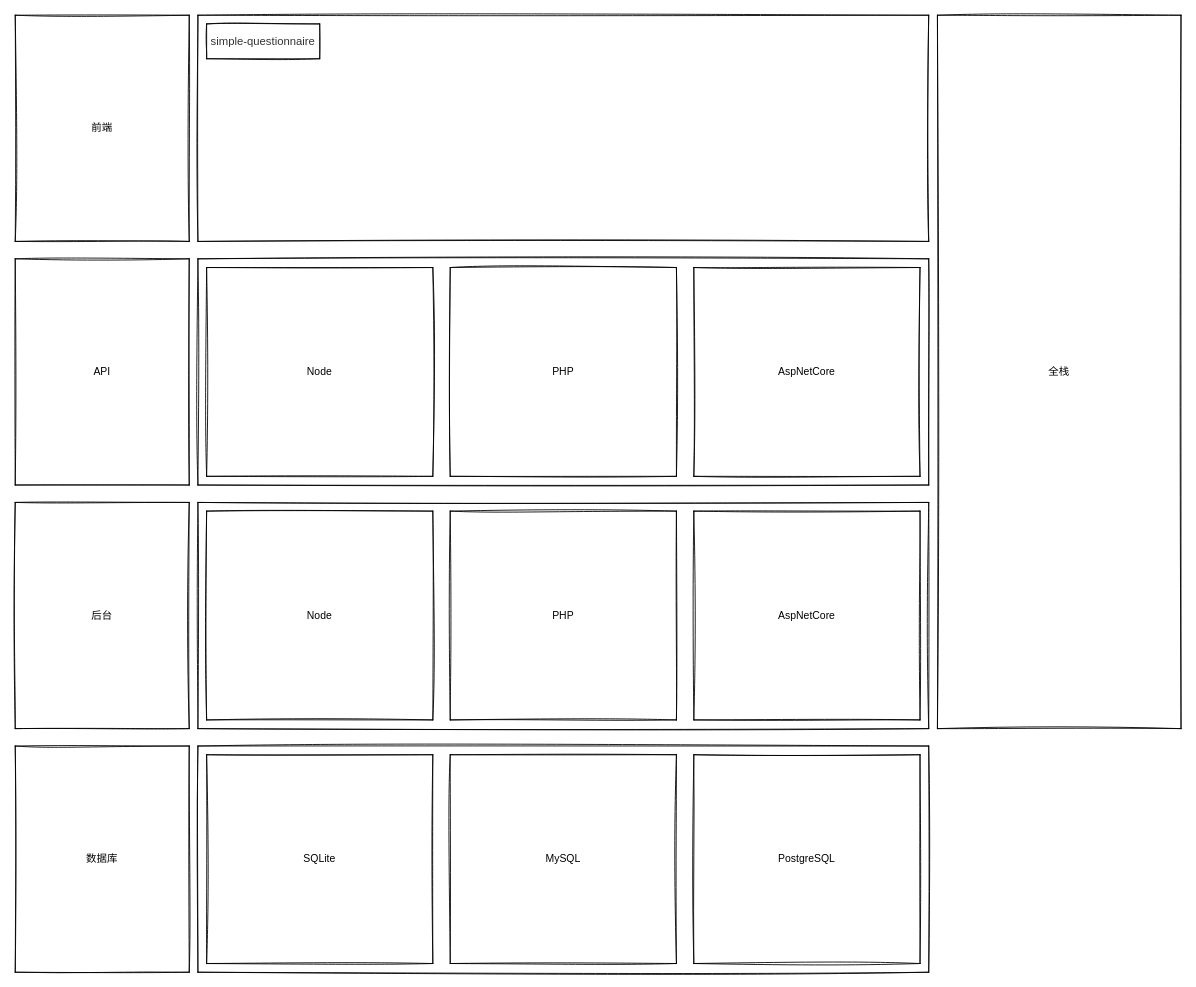
This is org.drawio from langnang/langnang, a draw.io file, before an edit. Source tidied: cells renumbered, new cells numbered last; positions are measured from the earlier drawing's top-left corner, leaving out a move shared by most shapes. Both pictures are drawn from the tidied source at 87%, with x=0, y=0 at pixel (15, 15).
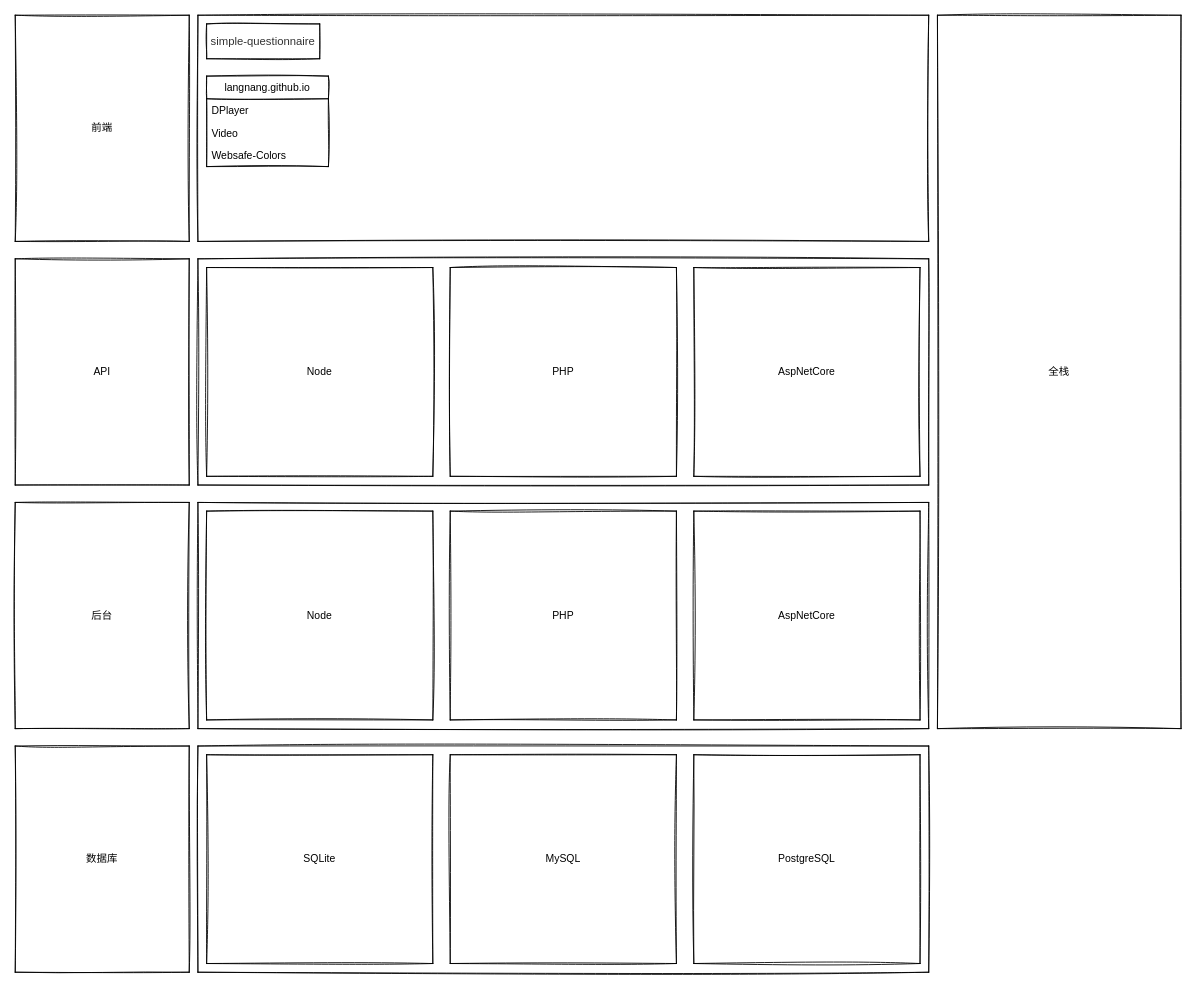
The same diagram, later.

Diff of the diagram source:
```diff
@@
+    <mxCell id="21" value="langnang.github.io" style="swimlane;fontStyle=0;horizontal=1;startSize=26;fillColor=none;sketch=1;" parent="1" vertex="1">
+      <mxGeometry x="220" y="70" width="140" height="104" as="geometry" />
+    </mxCell>
+    <mxCell id="22" value="DPlayer" style="text;strokeColor=none;fillColor=none;align=left;verticalAlign=top;spacingLeft=4;spacingRight=4;overflow=hidden;sketch=1;shadow=0;" parent="21" vertex="1">
+      <mxGeometry y="26" width="140" height="26" as="geometry" />
+    </mxCell>
+    <mxCell id="23" value="Video" style="text;strokeColor=none;fillColor=none;align=left;verticalAlign=top;spacingLeft=4;spacingRight=4;overflow=hidden;sketch=1;" parent="21" vertex="1">
+      <mxGeometry y="52" width="140" height="26" as="geometry" />
+    </mxCell>
+    <mxCell id="24" value="Websafe-Colors" style="text;strokeColor=none;fillColor=none;align=left;verticalAlign=top;spacingLeft=4;spacingRight=4;overflow=hidden;sketch=1;" parent="21" vertex="1">
+      <mxGeometry y="78" width="140" height="26" as="geometry" />
+    </mxCell>
```
